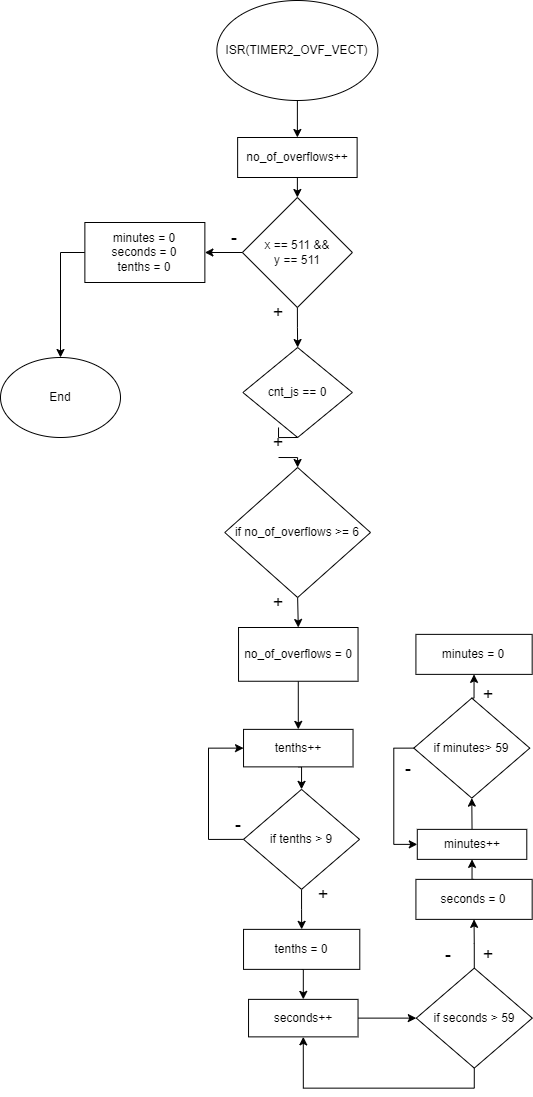
This is project1/Stopwatch.drawio.png from OndraFoltyn/digital-electronics-2, a draw.io export, as it was before one commit. Source tidied: cells renumbered, new cells last; positions are measured from the earlier drawing's top-left corner, leaving out a move shared by most shapes.
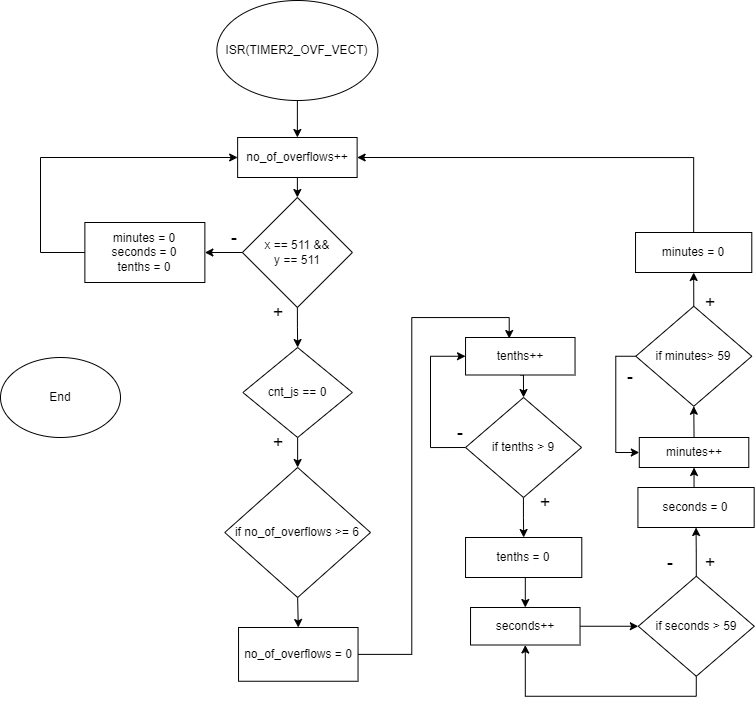
Later version of the same file.

Diff of the diagram source:
```diff
@@ -8,7 +8,7 @@
     <mxCell id="3" value="ISR(TIMER2_OVF_VECT)" style="ellipse;whiteSpace=wrap;html=1;" parent="1" vertex="1">
       <mxGeometry x="216.4" width="161" height="100" as="geometry" />
     </mxCell>
-    <mxCell id="4" style="edgeStyle=orthogonalEdgeStyle;rounded=0;jettySize=auto;html=1;exitX=0.5;exitY=1;exitDx=0;exitDy=0;entryX=0.5;entryY=0;entryDx=0;entryDy=0;startArrow=none;" parent="1" edge="1" source="46" target="7">
+    <mxCell id="4" style="edgeStyle=orthogonalEdgeStyle;rounded=0;jettySize=auto;html=1;exitX=0.5;exitY=1;exitDx=0;exitDy=0;entryX=0.5;entryY=0;entryDx=0;entryDy=0;" parent="1" edge="1" source="5" target="7">
       <mxGeometry relative="1" as="geometry" />
     </mxCell>
     <mxCell id="5" value="cnt_js == 0" style="rhombus;whiteSpace=wrap;html=1;" parent="1" vertex="1">
@@ -23,7 +23,7 @@
     <mxCell id="8" value="End" style="ellipse;whiteSpace=wrap;html=1;" parent="1" vertex="1">
       <mxGeometry y="357" width="120" height="80" as="geometry" />
     </mxCell>
-    <mxCell id="9" style="edgeStyle=orthogonalEdgeStyle;rounded=0;jettySize=auto;html=1;fontSize=18;" parent="1" edge="1" source="10" target="12">
+    <mxCell id="9" style="edgeStyle=orthogonalEdgeStyle;rounded=0;jettySize=auto;html=1;exitX=1;exitY=0.5;exitDx=0;exitDy=0;entryX=0.399;entryY=0.027;entryDx=0;entryDy=0;entryPerimeter=0;" parent="1" edge="1" source="10" target="12">
       <mxGeometry relative="1" as="geometry" />
     </mxCell>
     <mxCell id="10" value="no_of_overflows = 0" style="whiteSpace=wrap;html=1;" parent="1" vertex="1">
@@ -33,7 +33,7 @@
       <mxGeometry relative="1" as="geometry" />
     </mxCell>
     <mxCell id="12" value="tenths++" style="whiteSpace=wrap;html=1;" parent="1" vertex="1">
-      <mxGeometry x="243" y="728.9" width="109.5" height="37.5" as="geometry" />
+      <mxGeometry x="465" y="337" width="109.5" height="37.5" as="geometry" />
     </mxCell>
     <mxCell id="13" style="edgeStyle=orthogonalEdgeStyle;rounded=0;jettySize=auto;html=1;fontSize=18;" parent="1" edge="1" source="15" target="18">
       <mxGeometry relative="1" as="geometry" />
@@ -41,28 +41,28 @@
     <mxCell id="14" style="edgeStyle=orthogonalEdgeStyle;rounded=0;jettySize=auto;html=1;exitX=0;exitY=0.5;exitDx=0;exitDy=0;entryX=0;entryY=0.5;entryDx=0;entryDy=0;fontSize=18;" parent="1" edge="1" source="15" target="12">
       <mxGeometry relative="1" as="geometry">
         <Array as="points">
-          <mxPoint x="208" y="838.9" />
-          <mxPoint x="208" y="747.9" />
+          <mxPoint x="430" y="447" />
+          <mxPoint x="430" y="356" />
         </Array>
       </mxGeometry>
     </mxCell>
     <mxCell id="15" value="if tenths &amp;gt; 9" style="rhombus;whiteSpace=wrap;html=1;rounded=0;" parent="1" vertex="1">
-      <mxGeometry x="243" y="788.9" width="116" height="100" as="geometry" />
+      <mxGeometry x="465" y="397" width="116" height="100" as="geometry" />
     </mxCell>
     <mxCell id="16" value="&lt;font style=&quot;font-size: 18px;&quot;&gt;-&lt;/font&gt;" style="text;html=1;strokeColor=none;fillColor=none;align=center;verticalAlign=middle;whiteSpace=wrap;rounded=0;" parent="1" vertex="1">
-      <mxGeometry x="208" y="808.9" width="60" height="30" as="geometry" />
+      <mxGeometry x="430" y="417" width="60" height="30" as="geometry" />
     </mxCell>
     <mxCell id="17" style="edgeStyle=orthogonalEdgeStyle;rounded=0;jettySize=auto;html=1;exitX=0.5;exitY=1;exitDx=0;exitDy=0;entryX=0.5;entryY=0;entryDx=0;entryDy=0;fontSize=18;" parent="1" edge="1" source="18" target="20">
       <mxGeometry relative="1" as="geometry" />
     </mxCell>
     <mxCell id="18" value="tenths = 0" style="whiteSpace=wrap;html=1;rounded=0;" parent="1" vertex="1">
-      <mxGeometry x="243" y="928.9" width="116.2" height="40" as="geometry" />
+      <mxGeometry x="465" y="537" width="116.2" height="40" as="geometry" />
     </mxCell>
     <mxCell id="19" style="edgeStyle=orthogonalEdgeStyle;rounded=0;jettySize=auto;html=1;exitX=1;exitY=0.5;exitDx=0;exitDy=0;entryX=0;entryY=0.5;entryDx=0;entryDy=0;fontSize=18;" parent="1" edge="1" source="20" target="23">
       <mxGeometry relative="1" as="geometry" />
     </mxCell>
     <mxCell id="20" value="seconds++" style="whiteSpace=wrap;html=1;" parent="1" vertex="1">
-      <mxGeometry x="248" y="998.9" width="109.5" height="37.5" as="geometry" />
+      <mxGeometry x="470" y="607" width="109.5" height="37.5" as="geometry" />
     </mxCell>
     <mxCell id="21" style="edgeStyle=orthogonalEdgeStyle;rounded=0;jettySize=auto;html=1;exitX=0.5;exitY=0;exitDx=0;exitDy=0;entryX=0.5;entryY=1;entryDx=0;entryDy=0;fontSize=18;" parent="1" edge="1" source="23" target="25">
       <mxGeometry relative="1" as="geometry" />
@@ -71,19 +71,19 @@
       <mxGeometry relative="1" as="geometry" />
     </mxCell>
     <mxCell id="23" value="if seconds &amp;gt; 59" style="rhombus;whiteSpace=wrap;html=1;rounded=0;" parent="1" vertex="1">
-      <mxGeometry x="415.8" y="967.6" width="116" height="100" as="geometry" />
+      <mxGeometry x="637.8" y="575.8" width="116" height="100" as="geometry" />
     </mxCell>
     <mxCell id="24" style="edgeStyle=orthogonalEdgeStyle;rounded=0;jettySize=auto;html=1;exitX=0.5;exitY=0;exitDx=0;exitDy=0;entryX=0.5;entryY=1;entryDx=0;entryDy=0;fontSize=18;" parent="1" edge="1" source="25" target="27">
       <mxGeometry relative="1" as="geometry" />
     </mxCell>
     <mxCell id="25" value="seconds = 0" style="whiteSpace=wrap;html=1;rounded=0;" parent="1" vertex="1">
-      <mxGeometry x="415.4" y="878.9" width="116.2" height="40" as="geometry" />
+      <mxGeometry x="637.4" y="487" width="116.2" height="40" as="geometry" />
     </mxCell>
     <mxCell id="26" style="edgeStyle=orthogonalEdgeStyle;rounded=0;jettySize=auto;html=1;exitX=0.5;exitY=0;exitDx=0;exitDy=0;entryX=0.5;entryY=1;entryDx=0;entryDy=0;fontSize=18;" parent="1" edge="1" source="27" target="30">
       <mxGeometry relative="1" as="geometry" />
     </mxCell>
     <mxCell id="27" value="minutes++" style="whiteSpace=wrap;html=1;" parent="1" vertex="1">
-      <mxGeometry x="416.8" y="828.9" width="109.5" height="30" as="geometry" />
+      <mxGeometry x="638.8" y="437" width="109.5" height="30" as="geometry" />
     </mxCell>
     <mxCell id="28" style="edgeStyle=orthogonalEdgeStyle;rounded=0;jettySize=auto;html=1;exitX=0.5;exitY=0;exitDx=0;exitDy=0;entryX=0.5;entryY=1;entryDx=0;entryDy=0;fontSize=18;" parent="1" edge="1" source="30" target="31">
       <mxGeometry relative="1" as="geometry" />
@@ -92,25 +92,28 @@
       <mxGeometry relative="1" as="geometry" />
     </mxCell>
     <mxCell id="30" value="if minutes&amp;gt; 59" style="rhombus;whiteSpace=wrap;html=1;rounded=0;" parent="1" vertex="1">
-      <mxGeometry x="413.3" y="697.6" width="116" height="100" as="geometry" />
+      <mxGeometry x="635.3" y="305.8" width="116" height="100" as="geometry" />
     </mxCell>
+    <mxCell id="49" style="edgeStyle=orthogonalEdgeStyle;rounded=0;jettySize=auto;html=1;exitX=0.5;exitY=0;exitDx=0;exitDy=0;entryX=1;entryY=0.5;entryDx=0;entryDy=0;" parent="1" edge="1" source="31" target="45">
+      <mxGeometry relative="1" as="geometry" />
+    </mxCell>
     <mxCell id="31" value="minutes&amp;nbsp;= 0" style="whiteSpace=wrap;html=1;rounded=0;" parent="1" vertex="1">
-      <mxGeometry x="415.4" y="633.9" width="116.2" height="40" as="geometry" />
+      <mxGeometry x="635" y="232" width="116.2" height="40" as="geometry" />
     </mxCell>
     <mxCell id="32" value="&lt;font style=&quot;font-size: 18px;&quot;&gt;-&lt;/font&gt;" style="text;html=1;strokeColor=none;fillColor=none;align=center;verticalAlign=middle;whiteSpace=wrap;rounded=0;" parent="1" vertex="1">
-      <mxGeometry x="418" y="938.9" width="60" height="30" as="geometry" />
+      <mxGeometry x="640" y="547" width="60" height="30" as="geometry" />
     </mxCell>
     <mxCell id="33" value="&lt;font style=&quot;font-size: 18px;&quot;&gt;-&lt;/font&gt;" style="text;html=1;strokeColor=none;fillColor=none;align=center;verticalAlign=middle;whiteSpace=wrap;rounded=0;" parent="1" vertex="1">
-      <mxGeometry x="378" y="752.9" width="60" height="30" as="geometry" />
+      <mxGeometry x="600" y="361" width="60" height="30" as="geometry" />
     </mxCell>
     <mxCell id="34" value="&lt;font style=&quot;font-size: 18px;&quot;&gt;+&lt;/font&gt;" style="text;html=1;strokeColor=none;fillColor=none;align=center;verticalAlign=middle;whiteSpace=wrap;rounded=0;" parent="1" vertex="1">
-      <mxGeometry x="292.5" y="878.9" width="60" height="30" as="geometry" />
+      <mxGeometry x="514.5" y="487" width="60" height="30" as="geometry" />
     </mxCell>
     <mxCell id="35" value="&lt;font style=&quot;font-size: 18px;&quot;&gt;+&lt;/font&gt;" style="text;html=1;strokeColor=none;fillColor=none;align=center;verticalAlign=middle;whiteSpace=wrap;rounded=0;" parent="1" vertex="1">
-      <mxGeometry x="458" y="938.9" width="60" height="30" as="geometry" />
+      <mxGeometry x="680" y="547" width="60" height="30" as="geometry" />
     </mxCell>
     <mxCell id="36" value="&lt;font style=&quot;font-size: 18px;&quot;&gt;+&lt;/font&gt;" style="text;html=1;strokeColor=none;fillColor=none;align=center;verticalAlign=middle;whiteSpace=wrap;rounded=0;" parent="1" vertex="1">
-      <mxGeometry x="458" y="678.9" width="60" height="30" as="geometry" />
+      <mxGeometry x="680" y="287" width="60" height="30" as="geometry" />
     </mxCell>
     <mxCell id="37" style="edgeStyle=orthogonalEdgeStyle;rounded=0;jettySize=auto;html=1;exitX=0;exitY=0.5;exitDx=0;exitDy=0;entryX=1;entryY=0.5;entryDx=0;entryDy=0;" parent="1" edge="1" source="39" target="41">
       <mxGeometry relative="1" as="geometry" />
@@ -121,9 +124,6 @@
     <mxCell id="39" value="x == 511 &amp;amp;&amp;amp; &lt;br&gt;y == 511" style="rhombus;whiteSpace=wrap;html=1;" parent="1" vertex="1">
       <mxGeometry x="241.9" y="197" width="110" height="110" as="geometry" />
     </mxCell>
-    <mxCell id="40" style="edgeStyle=orthogonalEdgeStyle;rounded=0;jettySize=auto;html=1;exitX=0;exitY=0.5;exitDx=0;exitDy=0;entryX=0.5;entryY=0;entryDx=0;entryDy=0;" parent="1" edge="1" source="41" target="8">
-      <mxGeometry relative="1" as="geometry" />
-    </mxCell>
     <mxCell id="41" value="minutes&amp;nbsp;= 0&lt;br&gt;seconds = 0&lt;br&gt;tenths = 0" style="whiteSpace=wrap;html=1;" parent="1" vertex="1">
       <mxGeometry x="84.4" y="222" width="120" height="60" as="geometry" />
     </mxCell>
@@ -142,11 +142,13 @@
     <mxCell id="46" value="&lt;font style=&quot;font-size: 18px;&quot;&gt;+&lt;/font&gt;" style="text;html=1;strokeColor=none;fillColor=none;align=center;verticalAlign=middle;whiteSpace=wrap;rounded=0;" parent="1" vertex="1">
       <mxGeometry x="248" y="427" width="60" height="30" as="geometry" />
     </mxCell>
-    <mxCell id="47" style="edgeStyle=orthogonalEdgeStyle;rounded=0;jettySize=auto;html=1;exitX=0.5;exitY=1;exitDx=0;exitDy=0;entryX=0.5;entryY=0;entryDx=0;entryDy=0;endArrow=none;" parent="1" edge="1" source="5" target="46">
-      <mxGeometry relative="1" as="geometry" />
-    </mxCell>
-    <mxCell id="48" value="&lt;font style=&quot;font-size: 18px;&quot;&gt;+&lt;/font&gt;" style="text;html=1;strokeColor=none;fillColor=none;align=center;verticalAlign=middle;whiteSpace=wrap;rounded=0;" parent="1" vertex="1">
-      <mxGeometry x="248" y="587" width="60" height="30" as="geometry" />
-    </mxCell>
+    <mxCell id="50" style="endArrow=classic;html=1;rounded=0;exitX=0;exitY=0.5;exitDx=0;exitDy=0;entryX=0;entryY=0.5;entryDx=0;entryDy=0;" parent="1" edge="1" source="41" target="45">
+      <mxGeometry relative="1" as="geometry">
+        <Array as="points">
+          <mxPoint x="40" y="252" />
+          <mxPoint x="40" y="157" />
+        </Array>
+      </mxGeometry>
+    </mxCell>
   </root>
 </mxGraphModel>
```
